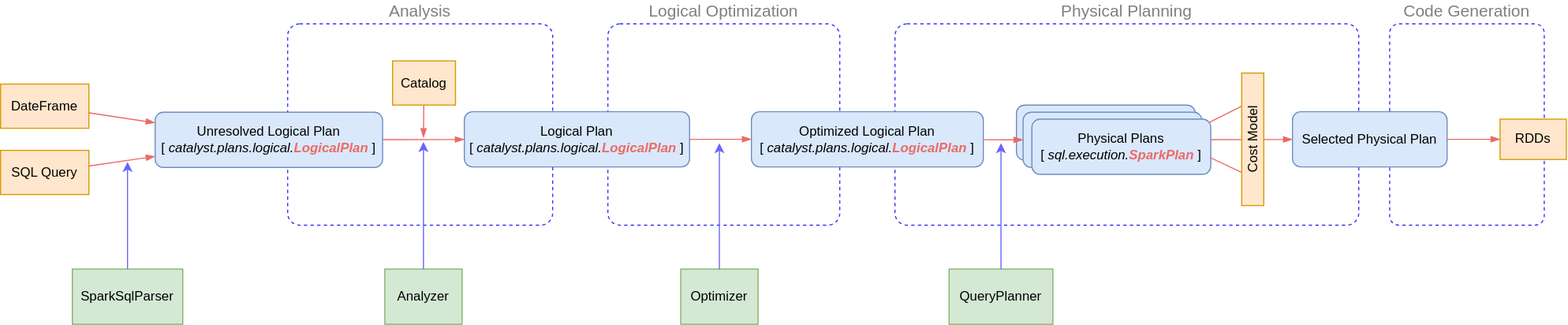
Above: images/spark/sql-catalyst-workflow.svg in jtLiBrain/jtLiBrain.github.io (draw.io), before the change. Source tidied: cells renumbered, new cells last; positions are measured from the earlier drawing's top-left corner, leaving out a move shared by most shapes. The source it was exported from:
```xml
<mxGraphModel background="#ffffff">
  <root>
    <mxCell id="0" />
    <mxCell id="1" parent="0" />
    <mxCell id="2" value="&lt;span style=&quot;color: rgb(128 , 128 , 128) ; font-size: 15px&quot;&gt;Code Generation&lt;/span&gt;" style="rounded=1;whiteSpace=wrap;html=1;fillColor=none;dashed=1;arcSize=6;strokeColor=#3333FF;labelPosition=center;verticalLabelPosition=top;align=center;verticalAlign=bottom;" parent="1" vertex="1">
      <mxGeometry x="1258" width="140" height="182.2" as="geometry" />
    </mxCell>
    <mxCell id="3" value="&lt;span style=&quot;color: rgb(128 , 128 , 128) ; font-size: 15px&quot;&gt;Physical Planning&lt;/span&gt;" style="rounded=1;whiteSpace=wrap;html=1;fillColor=none;dashed=1;arcSize=6;strokeColor=#3333FF;labelPosition=center;verticalLabelPosition=top;align=center;verticalAlign=bottom;" parent="1" vertex="1">
      <mxGeometry x="810" width="420" height="182.2" as="geometry" />
    </mxCell>
    <mxCell id="4" value="&lt;span style=&quot;color: rgb(128 , 128 , 128) ; font-size: 15px&quot;&gt;Logical Optimization&lt;/span&gt;" style="rounded=1;whiteSpace=wrap;html=1;fillColor=none;dashed=1;arcSize=6;strokeColor=#3333FF;labelPosition=center;verticalLabelPosition=top;align=center;verticalAlign=bottom;" parent="1" vertex="1">
      <mxGeometry x="550" width="210" height="182.2" as="geometry" />
    </mxCell>
    <mxCell id="5" value="&lt;span style=&quot;color: rgb(128 , 128 , 128) ; font-size: 15px&quot;&gt;Analysis&lt;/span&gt;" style="rounded=1;whiteSpace=wrap;html=1;fillColor=none;dashed=1;arcSize=6;strokeColor=#3333FF;labelPosition=center;verticalLabelPosition=top;align=center;verticalAlign=bottom;" parent="1" vertex="1">
      <mxGeometry x="260" width="240" height="182.2" as="geometry" />
    </mxCell>
    <mxCell id="6" style="endArrow=blockThin;html=1;endFill=1;strokeColor=#EA6B66;" parent="1" edge="1" source="13" target="15">
      <mxGeometry relative="1" as="geometry" />
    </mxCell>
    <mxCell id="7" value="SQL Query" style="rounded=0;whiteSpace=wrap;html=1;fillColor=#ffe6cc;strokeColor=#d79b00;" parent="1" vertex="1">
      <mxGeometry y="114.5" width="80" height="40" as="geometry" />
    </mxCell>
    <mxCell id="8" value="DateFrame" style="rounded=0;whiteSpace=wrap;html=1;fillColor=#ffe6cc;strokeColor=#d79b00;" parent="1" vertex="1">
      <mxGeometry y="54.5" width="80" height="40" as="geometry" />
    </mxCell>
    <mxCell id="9" value="Unresolved Logical Plan&lt;br&gt;[&amp;nbsp;&lt;i style=&quot;color: rgb(0 , 0 , 0)&quot;&gt;catalyst.plans.logical.&lt;b&gt;&lt;font color=&quot;#ea6b66&quot;&gt;LogicalPlan&amp;nbsp;&lt;/font&gt;&lt;/b&gt;&lt;/i&gt;]" style="rounded=1;whiteSpace=wrap;html=1;fillColor=#dae8fc;strokeColor=#6c8ebf;" parent="1" vertex="1">
      <mxGeometry x="140" y="80" width="206" height="50" as="geometry" />
    </mxCell>
    <mxCell id="10" value="&lt;span&gt;Logical Plan&lt;br&gt;&lt;/span&gt;[&amp;nbsp;&lt;i&gt;catalyst.plans.logical.&lt;b&gt;&lt;font color=&quot;#ea6b66&quot;&gt;LogicalPlan&amp;nbsp;&lt;/font&gt;&lt;/b&gt;&lt;/i&gt;]&lt;span&gt;&lt;br&gt;&lt;/span&gt;" style="rounded=1;whiteSpace=wrap;html=1;fillColor=#dae8fc;strokeColor=#6c8ebf;" parent="1" vertex="1">
      <mxGeometry x="420" y="79.5" width="204" height="50" as="geometry" />
    </mxCell>
    <mxCell id="11" value="Optimized Logical Plan&lt;br&gt;[&amp;nbsp;&lt;i&gt;catalyst.plans.logical.&lt;b&gt;&lt;font color=&quot;#ea6b66&quot;&gt;LogicalPlan&amp;nbsp;&lt;/font&gt;&lt;/b&gt;&lt;/i&gt;]" style="rounded=1;whiteSpace=wrap;html=1;fillColor=#dae8fc;strokeColor=#6c8ebf;" parent="1" vertex="1">
      <mxGeometry x="680" y="79.5" width="210" height="50" as="geometry" />
    </mxCell>
    <mxCell id="12" style="rounded=1;whiteSpace=wrap;html=1;fillColor=#dae8fc;strokeColor=#6c8ebf;" parent="1" vertex="1">
      <mxGeometry x="920" y="73.5" width="162" height="50" as="geometry" />
    </mxCell>
    <mxCell id="13" style="rounded=1;whiteSpace=wrap;html=1;fillColor=#dae8fc;strokeColor=#6c8ebf;" parent="1" vertex="1">
      <mxGeometry x="926" y="80" width="162" height="50" as="geometry" />
    </mxCell>
    <mxCell id="14" value="Cost Model" style="rounded=0;whiteSpace=wrap;html=1;rotation=-90;fillColor=#ffe6cc;strokeColor=#d79b00;" parent="1" vertex="1">
      <mxGeometry x="1074" y="94.5" width="120" height="20" as="geometry" />
    </mxCell>
    <mxCell id="15" value="Selected Physical Plan" style="rounded=1;whiteSpace=wrap;html=1;fillColor=#dae8fc;strokeColor=#6c8ebf;" parent="1" vertex="1">
      <mxGeometry x="1170" y="79.5" width="140" height="50" as="geometry" />
    </mxCell>
    <mxCell id="16" value="RDDs" style="rounded=0;whiteSpace=wrap;html=1;fillColor=#ffe6cc;strokeColor=#d79b00;" parent="1" vertex="1">
      <mxGeometry x="1358" y="86.2" width="60" height="36.5" as="geometry" />
    </mxCell>
    <mxCell id="17" value="SparkSqlParser" style="rounded=0;whiteSpace=wrap;html=1;fillColor=#d5e8d4;strokeColor=#82b366;" parent="1" vertex="1">
      <mxGeometry x="65" y="222" width="100" height="50" as="geometry" />
    </mxCell>
    <mxCell id="18" value="Analyzer" style="rounded=0;whiteSpace=wrap;html=1;fillColor=#d5e8d4;strokeColor=#82b366;" parent="1" vertex="1">
      <mxGeometry x="348" y="222" width="70" height="50" as="geometry" />
    </mxCell>
    <mxCell id="19" value="Optimizer" style="rounded=0;whiteSpace=wrap;html=1;fillColor=#d5e8d4;strokeColor=#82b366;" parent="1" vertex="1">
      <mxGeometry x="616" y="222" width="70" height="50" as="geometry" />
    </mxCell>
    <mxCell id="20" value="QueryPlanner" style="rounded=0;whiteSpace=wrap;html=1;fillColor=#d5e8d4;strokeColor=#82b366;" parent="1" vertex="1">
      <mxGeometry x="859" y="222" width="94" height="50" as="geometry" />
    </mxCell>
    <mxCell id="21" style="endArrow=blockThin;html=1;endFill=1;fillColor=#f8cecc;strokeColor=#EA6B66;" parent="1" edge="1" source="7" target="9">
      <mxGeometry relative="1" as="geometry" />
    </mxCell>
    <mxCell id="22" style="endArrow=blockThin;html=1;endFill=1;fillColor=#f8cecc;strokeColor=#EA6B66;" parent="1" edge="1" source="8" target="9">
      <mxGeometry relative="1" as="geometry" />
    </mxCell>
    <mxCell id="23" style="endArrow=blockThin;html=1;endFill=1;fillColor=#f8cecc;strokeColor=#EA6B66;" parent="1" edge="1" source="9" target="10">
      <mxGeometry relative="1" as="geometry" />
    </mxCell>
    <mxCell id="24" style="endArrow=blockThin;html=1;endFill=1;fillColor=#f8cecc;strokeColor=#EA6B66;" parent="1" edge="1" source="10" target="11">
      <mxGeometry relative="1" as="geometry" />
    </mxCell>
    <mxCell id="25" style="endArrow=blockThin;html=1;endFill=1;entryX=0;entryY=0.5;entryDx=0;entryDy=0;fillColor=#f8cecc;strokeColor=#EA6B66;" parent="1" edge="1" source="11" target="13">
      <mxGeometry relative="1" as="geometry" />
    </mxCell>
    <mxCell id="26" value="Catalog" style="rounded=0;whiteSpace=wrap;html=1;fillColor=#ffe6cc;strokeColor=#d79b00;" parent="1" vertex="1">
      <mxGeometry x="355" y="33.5" width="57" height="40" as="geometry" />
    </mxCell>
    <mxCell id="27" style="endArrow=blockThin;html=1;endFill=1;fillColor=#f8cecc;strokeColor=#EA6B66;" parent="1" edge="1" source="15" target="16">
      <mxGeometry relative="1" as="geometry" />
    </mxCell>
    <mxCell id="28" style="endArrow=none;html=1;entryX=0.75;entryY=0;entryDx=0;entryDy=0;exitX=1;exitY=0.25;exitDx=0;exitDy=0;fillColor=#f8cecc;strokeColor=#EA6B66;" parent="1" edge="1" source="13" target="14">
      <mxGeometry relative="1" as="geometry" />
    </mxCell>
    <mxCell id="29" style="endArrow=none;html=1;entryX=0.25;entryY=0;entryDx=0;entryDy=0;exitX=1;exitY=0.75;exitDx=0;exitDy=0;fillColor=#f8cecc;strokeColor=#EA6B66;" parent="1" edge="1" source="13" target="14">
      <mxGeometry relative="1" as="geometry" />
    </mxCell>
    <mxCell id="30" style="endArrow=blockThin;html=1;endFill=1;fillColor=#f8cecc;strokeColor=#EA6B66;" parent="1" edge="1" source="26">
      <mxGeometry relative="1" as="geometry">
        <mxPoint x="383" y="103" as="targetPoint" />
      </mxGeometry>
    </mxCell>
    <mxCell id="31" style="endArrow=classic;html=1;strokeColor=#6666FF;" parent="1" edge="1" source="20">
      <mxGeometry relative="1" as="geometry">
        <mxPoint x="906" y="108" as="targetPoint" />
      </mxGeometry>
    </mxCell>
    <mxCell id="32" style="endArrow=classic;html=1;strokeColor=#6666FF;" parent="1" edge="1" source="19">
      <mxGeometry relative="1" as="geometry">
        <mxPoint x="651" y="108" as="targetPoint" />
      </mxGeometry>
    </mxCell>
    <mxCell id="33" style="endArrow=classic;html=1;strokeColor=#6666FF;" parent="1" edge="1" source="18">
      <mxGeometry relative="1" as="geometry">
        <mxPoint x="383" y="107" as="targetPoint" />
      </mxGeometry>
    </mxCell>
    <mxCell id="34" style="endArrow=classic;html=1;strokeColor=#6666FF;" parent="1" edge="1" source="17">
      <mxGeometry relative="1" as="geometry">
        <mxPoint x="115" y="125" as="targetPoint" />
      </mxGeometry>
    </mxCell>
    <mxCell id="35" value="Physical Plans&lt;br&gt;[&amp;nbsp;&lt;i style=&quot;color: rgb(0 , 0 , 0)&quot;&gt;sql.execution.&lt;b&gt;&lt;font color=&quot;#ea6b66&quot;&gt;SparkPlan&amp;nbsp;&lt;/font&gt;&lt;/b&gt;&lt;/i&gt;]" style="rounded=1;whiteSpace=wrap;html=1;fillColor=#dae8fc;strokeColor=#6c8ebf;" parent="1" vertex="1">
      <mxGeometry x="934" y="86.2" width="162" height="50" as="geometry" />
    </mxCell>
  </root>
</mxGraphModel>
```
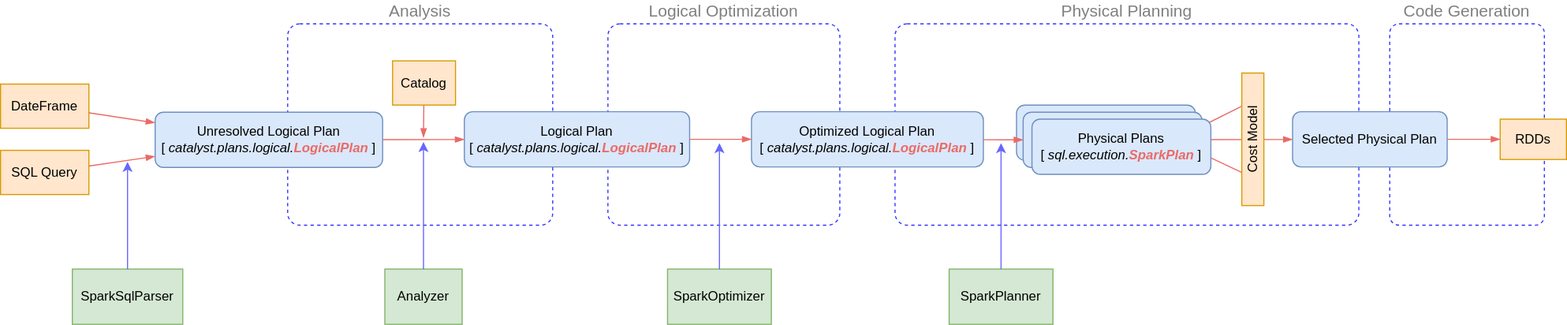
The same diagram one commit later.

Change to the diagram source:
```diff
@@ -53,10 +53,10 @@
     <mxCell id="18" value="Analyzer" style="rounded=0;whiteSpace=wrap;html=1;fillColor=#d5e8d4;strokeColor=#82b366;" parent="1" vertex="1">
       <mxGeometry x="348" y="222" width="70" height="50" as="geometry" />
     </mxCell>
-    <mxCell id="19" value="Optimizer" style="rounded=0;whiteSpace=wrap;html=1;fillColor=#d5e8d4;strokeColor=#82b366;" parent="1" vertex="1">
-      <mxGeometry x="616" y="222" width="70" height="50" as="geometry" />
+    <mxCell id="19" value="SparkOptimizer" style="rounded=0;whiteSpace=wrap;html=1;fillColor=#d5e8d4;strokeColor=#82b366;" parent="1" vertex="1">
+      <mxGeometry x="604" y="222" width="94" height="50" as="geometry" />
     </mxCell>
-    <mxCell id="20" value="QueryPlanner" style="rounded=0;whiteSpace=wrap;html=1;fillColor=#d5e8d4;strokeColor=#82b366;" parent="1" vertex="1">
+    <mxCell id="20" value="SparkPlanner" style="rounded=0;whiteSpace=wrap;html=1;fillColor=#d5e8d4;strokeColor=#82b366;" parent="1" vertex="1">
       <mxGeometry x="859" y="222" width="94" height="50" as="geometry" />
     </mxCell>
     <mxCell id="21" style="endArrow=blockThin;html=1;endFill=1;fillColor=#f8cecc;strokeColor=#EA6B66;" parent="1" edge="1" source="7" target="9">
```
